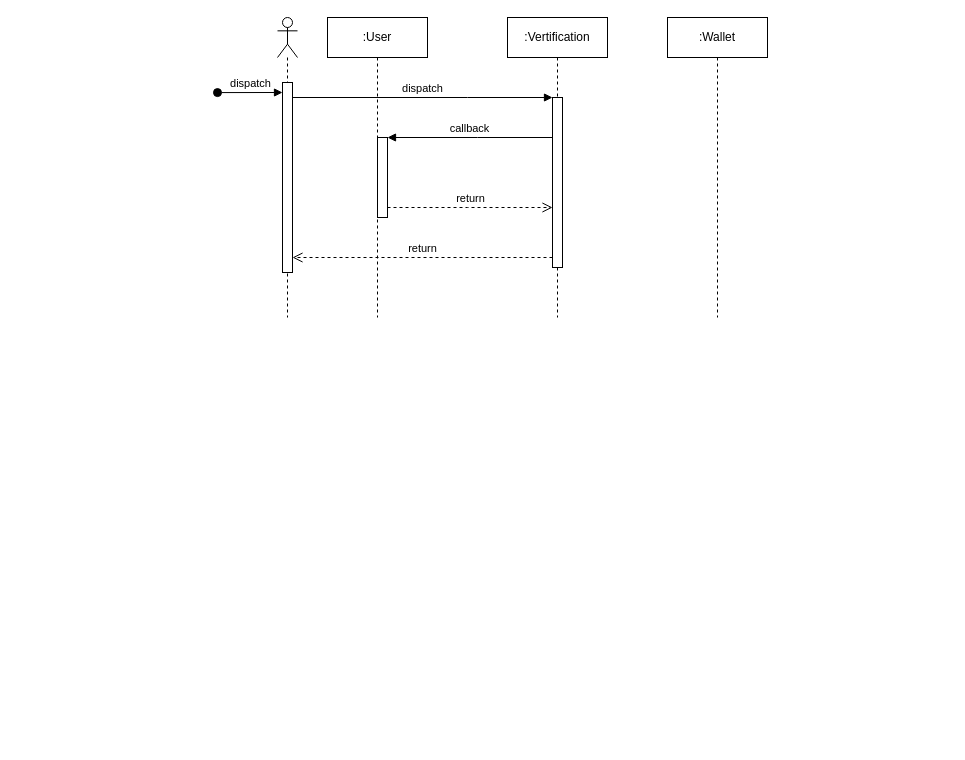
Above: 注册时序图-正常流.drawio in PomeloLemon/SoftwareDiagrams (draw.io), before the change. Source tidied: cells renumbered, new cells numbered last; positions are measured from the earlier drawing's top-left corner, leaving out a move shared by most shapes. Both pictures are drawn from the tidied source at 100%, with x=0, y=0 at pixel (217, 17).
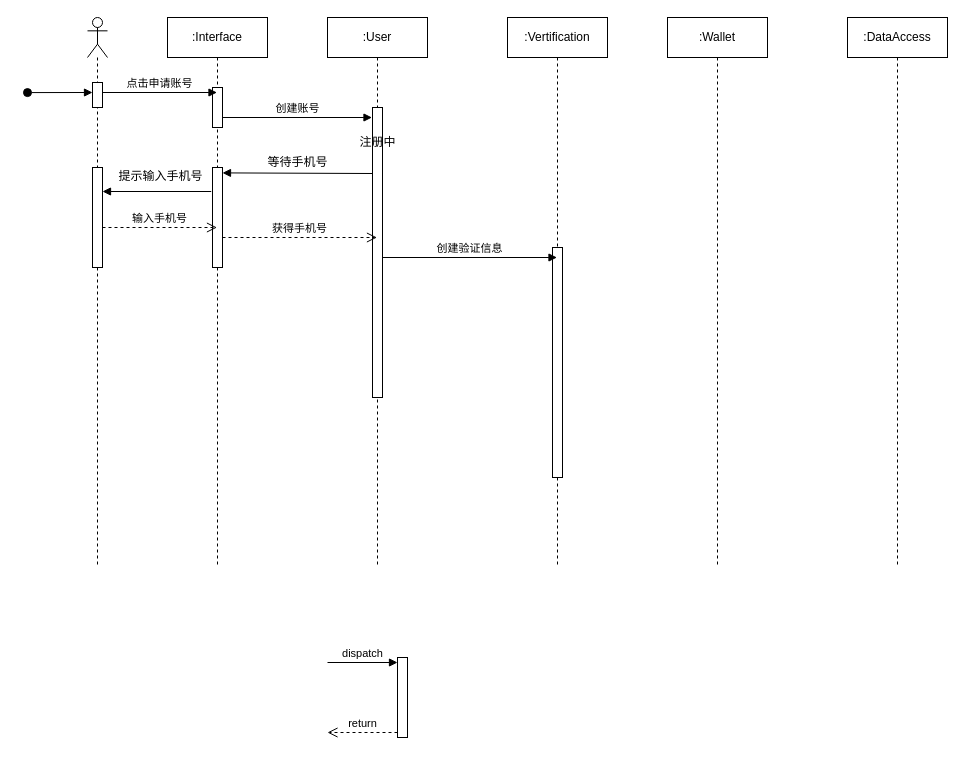
After the change.

Commit message (it also covers changes not shown here):
更新注册时序图-正常流.drawio

What changed in the source:
```diff
@@
     <mxCell id="2" value=":User" style="shape=umlLifeline;perimeter=lifelinePerimeter;whiteSpace=wrap;html=1;outlineConnect=0;portConstraint=eastwest;newEdgeStyle={&quot;edgeStyle&quot;:&quot;elbowEdgeStyle&quot;,&quot;elbow&quot;:&quot;vertical&quot;,&quot;curved&quot;:0,&quot;rounded&quot;:0};" parent="1" vertex="1">
-      <mxGeometry x="110" width="100" height="300" as="geometry" />
+      <mxGeometry x="110" width="100" height="550" as="geometry" />
     </mxCell>
-    <mxCell id="3" style="html=1;points=[];perimeter=orthogonalPerimeter;outlineConnect=0;targetShapes=umlLifeline;portConstraint=eastwest;newEdgeStyle={&quot;edgeStyle&quot;:&quot;elbowEdgeStyle&quot;,&quot;elbow&quot;:&quot;vertical&quot;,&quot;curved&quot;:0,&quot;rounded&quot;:0};" parent="2" vertex="1">
-      <mxGeometry x="50" y="120" width="10" height="80" as="geometry" />
-    </mxCell>
+    <mxCell id="14" style="html=1;perimeter=orthogonalPerimeter;targetShapes=umlLifeline;newEdgeStyle={&quot;curved&quot;:0,&quot;rounded&quot;:0};" parent="2" vertex="1">
+      <mxGeometry x="45" y="90" width="10" height="290" as="geometry" />
+    </mxCell>
     <mxCell id="4" value=":Vertification" style="shape=umlLifeline;perimeter=lifelinePerimeter;whiteSpace=wrap;html=1;outlineConnect=0;portConstraint=eastwest;newEdgeStyle={&quot;edgeStyle&quot;:&quot;elbowEdgeStyle&quot;,&quot;elbow&quot;:&quot;vertical&quot;,&quot;curved&quot;:0,&quot;rounded&quot;:0};" parent="1" vertex="1">
-      <mxGeometry x="290" width="100" height="300" as="geometry" />
+      <mxGeometry x="290" width="100" height="550" as="geometry" />
     </mxCell>
-    <mxCell id="5" style="html=1;points=[];perimeter=orthogonalPerimeter;outlineConnect=0;targetShapes=umlLifeline;portConstraint=eastwest;newEdgeStyle={&quot;edgeStyle&quot;:&quot;elbowEdgeStyle&quot;,&quot;elbow&quot;:&quot;vertical&quot;,&quot;curved&quot;:0,&quot;rounded&quot;:0};" parent="4" vertex="1">
-      <mxGeometry x="45" y="80" width="10" height="170" as="geometry" />
-    </mxCell>
-    <mxCell id="6" value="dispatch" style="html=1;verticalAlign=bottom;endArrow=block;edgeStyle=elbowEdgeStyle;elbow=vertical;curved=0;rounded=0;" parent="1" edge="1" source="12" target="5">
-      <mxGeometry relative="1" as="geometry">
-        <Array as="points">
-          <mxPoint x="250" y="80" />
-        </Array>
-      </mxGeometry>
-    </mxCell>
-    <mxCell id="7" value="return" style="html=1;verticalAlign=bottom;endArrow=open;dashed=1;endSize=8;edgeStyle=elbowEdgeStyle;elbow=vertical;curved=0;rounded=0;" parent="1" edge="1" source="5" target="12">
-      <mxGeometry relative="1" as="geometry">
-        <Array as="points">
-          <mxPoint x="260" y="240" />
-        </Array>
-      </mxGeometry>
-    </mxCell>
-    <mxCell id="8" value="callback" style="html=1;verticalAlign=bottom;endArrow=block;edgeStyle=elbowEdgeStyle;elbow=vertical;curved=0;rounded=0;" parent="1" edge="1" source="5" target="3">
-      <mxGeometry relative="1" as="geometry">
-        <Array as="points">
-          <mxPoint x="260" y="120" />
-        </Array>
-      </mxGeometry>
-    </mxCell>
-    <mxCell id="9" value="return" style="html=1;verticalAlign=bottom;endArrow=open;dashed=1;endSize=8;edgeStyle=elbowEdgeStyle;elbow=vertical;curved=0;rounded=0;" parent="1" edge="1" source="3" target="5">
-      <mxGeometry relative="1" as="geometry">
-        <Array as="points">
-          <mxPoint x="250" y="190" />
-        </Array>
-      </mxGeometry>
-    </mxCell>
+    <mxCell id="15" style="html=1;perimeter=orthogonalPerimeter;targetShapes=umlLifeline;newEdgeStyle={&quot;edgeStyle&quot;:&quot;elbowEdgeStyle&quot;,&quot;elbow&quot;:&quot;vertical&quot;,&quot;curved&quot;:0,&quot;rounded&quot;:0};" parent="4" vertex="1">
+      <mxGeometry x="45" y="230" width="10" height="230" as="geometry" />
+    </mxCell>
     <mxCell id="10" value=":Wallet" style="shape=umlLifeline;perimeter=lifelinePerimeter;whiteSpace=wrap;html=1;newEdgeStyle={&quot;curved&quot;:0,&quot;rounded&quot;:0};" parent="1" vertex="1">
-      <mxGeometry x="450" width="100" height="300" as="geometry" />
+      <mxGeometry x="450" width="100" height="550" as="geometry" />
     </mxCell>
     <mxCell id="11" style="shape=umlLifeline;perimeter=lifelinePerimeter;whiteSpace=wrap;html=1;newEdgeStyle={&quot;curved&quot;:0,&quot;rounded&quot;:0};participant=umlActor;" parent="1" vertex="1">
-      <mxGeometry x="60" width="20" height="300" as="geometry" />
+      <mxGeometry x="-130" width="20" height="550" as="geometry" />
     </mxCell>
     <mxCell id="12" style="html=1;points=[];perimeter=orthogonalPerimeter;outlineConnect=0;targetShapes=umlLifeline;portConstraint=eastwest;newEdgeStyle={&quot;edgeStyle&quot;:&quot;elbowEdgeStyle&quot;,&quot;elbow&quot;:&quot;vertical&quot;,&quot;curved&quot;:0,&quot;rounded&quot;:0};" parent="11" vertex="1">
-      <mxGeometry x="5" y="65" width="10" height="190" as="geometry" />
+      <mxGeometry x="5" y="65" width="10" height="25" as="geometry" />
     </mxCell>
+    <mxCell id="16" style="html=1;perimeter=orthogonalPerimeter;targetShapes=umlLifeline;newEdgeStyle={&quot;edgeStyle&quot;:&quot;elbowEdgeStyle&quot;,&quot;elbow&quot;:&quot;vertical&quot;,&quot;curved&quot;:0,&quot;rounded&quot;:0};" parent="11" vertex="1">
+      <mxGeometry x="5" y="150" width="10" height="100" as="geometry" />
+    </mxCell>
-    <mxCell id="13" value="dispatch" style="html=1;verticalAlign=bottom;startArrow=oval;endArrow=block;startSize=8;edgeStyle=elbowEdgeStyle;elbow=vertical;curved=0;rounded=0;" parent="1" edge="1">
+    <mxCell id="13" style="html=1;verticalAlign=bottom;startArrow=oval;endArrow=block;startSize=8;edgeStyle=elbowEdgeStyle;elbow=vertical;curved=0;rounded=0;" parent="1" edge="1">
       <mxGeometry relative="1" as="geometry">
-        <mxPoint y="75.1" as="sourcePoint" />
-        <mxPoint x="65" y="75.1" as="targetPoint" />
+        <mxPoint x="-190" y="75.1" as="sourcePoint" />
+        <mxPoint x="-125" y="75.1" as="targetPoint" />
       </mxGeometry>
     </mxCell>
+    <mxCell id="17" value=":Interface" style="shape=umlLifeline;perimeter=lifelinePerimeter;whiteSpace=wrap;html=1;outlineConnect=0;portConstraint=eastwest;newEdgeStyle={&quot;curved&quot;:0,&quot;rounded&quot;:0};" parent="1" vertex="1">
+      <mxGeometry x="-50" width="100" height="550" as="geometry" />
+    </mxCell>
+    <mxCell id="18" style="html=1;perimeter=orthogonalPerimeter;targetShapes=umlLifeline;newEdgeStyle={&quot;edgeStyle&quot;:&quot;elbowEdgeStyle&quot;,&quot;elbow&quot;:&quot;vertical&quot;,&quot;curved&quot;:0,&quot;rounded&quot;:0};" parent="17" vertex="1">
+      <mxGeometry x="45" y="150" width="10" height="100" as="geometry" />
+    </mxCell>
+    <mxCell id="19" style="html=1;points=[];perimeter=orthogonalPerimeter;outlineConnect=0;targetShapes=umlLifeline;portConstraint=eastwest;newEdgeStyle={&quot;edgeStyle&quot;:&quot;elbowEdgeStyle&quot;,&quot;elbow&quot;:&quot;vertical&quot;,&quot;curved&quot;:0,&quot;rounded&quot;:0};" parent="17" vertex="1">
+      <mxGeometry x="45" y="70" width="10" height="40" as="geometry" />
+    </mxCell>
+    <mxCell id="20" value="点击申请账号" style="html=1;verticalAlign=bottom;endArrow=block;curved=0;rounded=0;" parent="1" edge="1" target="17">
+      <mxGeometry relative="1" as="geometry">
+        <mxPoint x="-115" y="75" as="sourcePoint" />
+      </mxGeometry>
+    </mxCell>
+    <mxCell id="21" value=":DataAccess" style="shape=umlLifeline;perimeter=lifelinePerimeter;whiteSpace=wrap;html=1;newEdgeStyle={&quot;curved&quot;:0,&quot;rounded&quot;:0};" parent="1" vertex="1">
+      <mxGeometry x="630" width="100" height="550" as="geometry" />
+    </mxCell>
+    <mxCell id="22" value="创建账号" style="html=1;verticalAlign=bottom;endArrow=block;curved=0;rounded=0;" parent="1" edge="1" source="19">
+      <mxGeometry relative="1" as="geometry">
+        <mxPoint x="154.5" y="100" as="targetPoint" />
+      </mxGeometry>
+    </mxCell>
+    <mxCell id="23" style="html=1;points=[[0,0,0,0,5],[0,1,0,0,-5],[1,0,0,0,5],[1,1,0,0,-5]];perimeter=orthogonalPerimeter;outlineConnect=0;targetShapes=umlLifeline;portConstraint=eastwest;newEdgeStyle={&quot;curved&quot;:0,&quot;rounded&quot;:0};" parent="1" vertex="1">
+      <mxGeometry x="180" y="640" width="10" height="80" as="geometry" />
+    </mxCell>
+    <mxCell id="6" value="dispatch" style="html=1;verticalAlign=bottom;endArrow=block;curved=0;rounded=0;entryX=0;entryY=0;entryDx=0;entryDy=5;" parent="1" edge="1" target="23">
+      <mxGeometry relative="1" as="geometry">
+        <mxPoint x="110" y="645" as="sourcePoint" />
+      </mxGeometry>
+    </mxCell>
+    <mxCell id="24" value="return" style="html=1;verticalAlign=bottom;endArrow=open;dashed=1;endSize=8;curved=0;rounded=0;exitX=0;exitY=1;exitDx=0;exitDy=-5;" parent="1" edge="1" source="23">
+      <mxGeometry relative="1" as="geometry">
+        <mxPoint x="110" y="715" as="targetPoint" />
+      </mxGeometry>
+    </mxCell>
+    <mxCell id="25" value="注册中" style="text;html=1;align=center;verticalAlign=middle;strokeColor=none;fillColor=none;" parent="1" vertex="1">
+      <mxGeometry x="130" y="110" width="60" height="30" as="geometry" />
+    </mxCell>
+    <mxCell id="26" value="等待手机号" style="text;html=1;align=center;verticalAlign=middle;strokeColor=none;fillColor=none;" parent="1" vertex="1">
+      <mxGeometry x="40" y="130" width="80" height="30" as="geometry" />
+    </mxCell>
+    <mxCell id="27" style="html=1;verticalAlign=bottom;endArrow=block;curved=0;rounded=0;" parent="1" edge="1">
+      <mxGeometry relative="1" as="geometry">
+        <mxPoint x="155" y="156" as="sourcePoint" />
+        <mxPoint x="5" y="155.4" as="targetPoint" />
+      </mxGeometry>
+    </mxCell>
+    <mxCell id="28" value="提示输入手机号" style="text;html=1;align=center;verticalAlign=middle;points=[];strokeColor=none;fillColor=none;" parent="1" vertex="1">
+      <mxGeometry x="-112" y="144" width="110" height="30" as="geometry" />
+    </mxCell>
+    <mxCell id="29" value="输入手机号" style="html=1;verticalAlign=bottom;endArrow=open;dashed=1;endSize=8;curved=0;rounded=0;" parent="1" edge="1" target="17">
+      <mxGeometry relative="1" as="geometry">
+        <mxPoint x="-115" y="210" as="sourcePoint" />
+      </mxGeometry>
+    </mxCell>
+    <mxCell id="30" value="获得手机号" style="html=1;verticalAlign=bottom;endArrow=open;dashed=1;endSize=8;curved=0;rounded=0;" parent="1" edge="1" target="2">
+      <mxGeometry relative="1" as="geometry">
+        <mxPoint x="5" y="220" as="sourcePoint" />
+      </mxGeometry>
+    </mxCell>
+    <mxCell id="31" style="html=1;verticalAlign=bottom;endArrow=block;curved=0;rounded=0;exitX=0.961;exitY=1;exitDx=0;exitDy=0;exitPerimeter=0;" parent="1" edge="1" source="28">
+      <mxGeometry relative="1" as="geometry">
+        <mxPoint x="-115" y="174" as="targetPoint" />
+      </mxGeometry>
+    </mxCell>
+    <mxCell id="32" value="创建验证信息" style="html=1;verticalAlign=bottom;endArrow=block;curved=0;rounded=0;" parent="1" edge="1" target="4">
+      <mxGeometry relative="1" as="geometry">
+        <mxPoint x="165" y="240" as="sourcePoint" />
+      </mxGeometry>
+    </mxCell>
```
